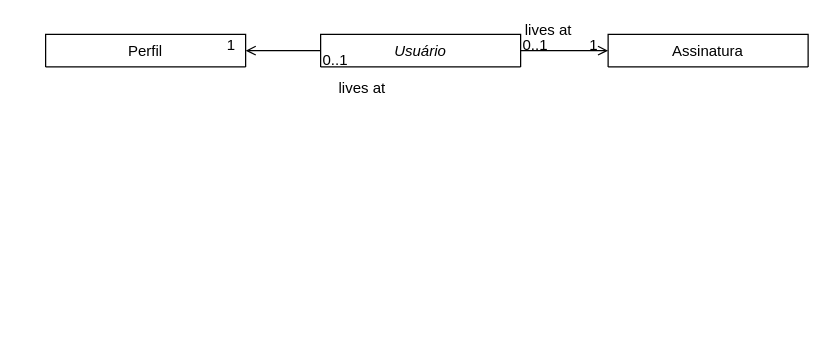
This is Diagrama sem nome.drawio from dan-freire/escalamm, a draw.io file, before an edit. Source tidied: cells renumbered, new cells numbered last; positions are measured from the earlier drawing's top-left corner, leaving out a move shared by most shapes. Both pictures are drawn from the tidied source at 125%, with x=0, y=0 at pixel (45, 34).
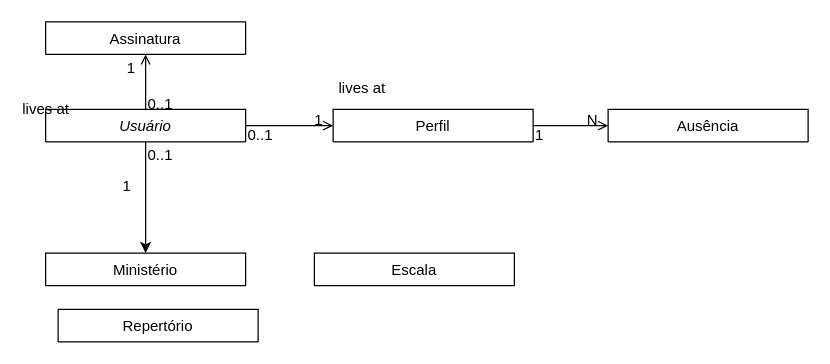
The same diagram, later.

Commit message:
Alteração diagrama de classe

Unchanged cells that the change refers to:
```xml
<mxCell id="5" style="endArrow=open;shadow=0;strokeWidth=1;rounded=0;curved=0;endFill=1;edgeStyle=elbowEdgeStyle;elbow=vertical;" parent="1" edge="1" source="2" target="4">
  <mxGeometry x="0.5" y="41" relative="1" as="geometry">
    <mxPoint x="-40" y="32" as="offset" />
  </mxGeometry>
</mxCell>
```

Change to the diagram source:
```diff
@@
+    <mxCell id="13" style="edgeStyle=orthogonalEdgeStyle;rounded=0;jettySize=auto;html=1;" parent="1" edge="1" source="2" target="20">
+      <mxGeometry relative="1" as="geometry" />
+    </mxCell>
     <mxCell id="2" value="Usuário" style="swimlane;fontStyle=2;align=center;verticalAlign=top;horizontal=1;startSize=26;rounded=0;shadow=0;strokeWidth=1;" parent="1" vertex="1" collapsed="1">
-      <mxGeometry x="220" width="160" height="26" as="geometry" />
+      <mxGeometry y="60" width="160" height="26" as="geometry" />
     </mxCell>
     <mxCell id="3" value="Perfil" style="swimlane;fontStyle=0;align=center;verticalAlign=top;horizontal=1;startSize=26;rounded=0;shadow=0;strokeWidth=1;" parent="1" vertex="1" collapsed="1">
-      <mxGeometry width="160" height="26" as="geometry" />
+      <mxGeometry x="230" y="60" width="160" height="26" as="geometry" />
     </mxCell>
     <mxCell id="4" value="Assinatura" style="swimlane;fontStyle=0;align=center;verticalAlign=top;horizontal=1;startSize=26;rounded=0;shadow=0;strokeWidth=1;direction=east;" parent="1" vertex="1" collapsed="1">
-      <mxGeometry x="450" width="160" height="26" as="geometry" />
+      <mxGeometry y="-10" width="160" height="26" as="geometry" />
     </mxCell>
@@
     <mxCell id="7" value="1" style="align=right;verticalAlign=bottom;labelBackgroundColor=none;fontSize=12;" parent="5" vertex="1">
       <mxGeometry x="1" relative="1" as="geometry">
-        <mxPoint x="-7" y="4" as="offset" />
+        <mxPoint x="-7" y="19" as="offset" />
       </mxGeometry>
     </mxCell>
@@
+    <mxCell id="14" value="Ausência" style="swimlane;fontStyle=0;align=center;verticalAlign=top;horizontal=1;startSize=26;rounded=0;shadow=0;strokeWidth=1;" parent="1" vertex="1" collapsed="1">
+      <mxGeometry x="450" y="60" width="160" height="26" as="geometry" />
+    </mxCell>
+    <mxCell id="15" style="endArrow=open;shadow=0;strokeWidth=1;rounded=0;curved=0;endFill=1;edgeStyle=elbowEdgeStyle;elbow=vertical;" parent="1" edge="1" source="3" target="14">
+      <mxGeometry x="0.5" y="41" relative="1" as="geometry">
+        <mxPoint x="-40" y="32" as="offset" />
+      </mxGeometry>
+    </mxCell>
+    <mxCell id="16" value="1" style="align=left;verticalAlign=bottom;labelBackgroundColor=none;fontSize=12;" parent="15" vertex="1">
+      <mxGeometry x="-1" relative="1" as="geometry">
+        <mxPoint y="16" as="offset" />
+      </mxGeometry>
+    </mxCell>
+    <mxCell id="17" value="N" style="align=right;verticalAlign=bottom;labelBackgroundColor=none;fontSize=12;" parent="15" vertex="1">
+      <mxGeometry x="1" relative="1" as="geometry">
+        <mxPoint x="-7" y="4" as="offset" />
+      </mxGeometry>
+    </mxCell>
+    <mxCell id="18" value="Escala" style="swimlane;fontStyle=0;align=center;verticalAlign=top;horizontal=1;startSize=26;rounded=0;shadow=0;strokeWidth=1;" parent="1" vertex="1" collapsed="1">
+      <mxGeometry x="215" y="175" width="160" height="26" as="geometry" />
+    </mxCell>
+    <mxCell id="19" value="Repertório" style="swimlane;fontStyle=0;align=center;verticalAlign=top;horizontal=1;startSize=26;rounded=0;shadow=0;strokeWidth=1;" parent="1" vertex="1" collapsed="1">
+      <mxGeometry x="10" y="220" width="160" height="26" as="geometry" />
+    </mxCell>
+    <mxCell id="20" value="Ministério" style="swimlane;fontStyle=0;align=center;verticalAlign=top;horizontal=1;startSize=26;rounded=0;shadow=0;strokeWidth=1;" parent="1" vertex="1" collapsed="1">
+      <mxGeometry y="175" width="160" height="26" as="geometry" />
+    </mxCell>
+    <mxCell id="21" value="0..1" style="align=left;verticalAlign=bottom;labelBackgroundColor=none;fontSize=12;" parent="1" vertex="1">
+      <mxGeometry x="80" y="105" as="geometry" />
+    </mxCell>
+    <mxCell id="22" value="1" style="align=left;verticalAlign=bottom;labelBackgroundColor=none;fontSize=12;" parent="1" vertex="1">
+      <mxGeometry x="60" y="130" as="geometry" />
+    </mxCell>
```
